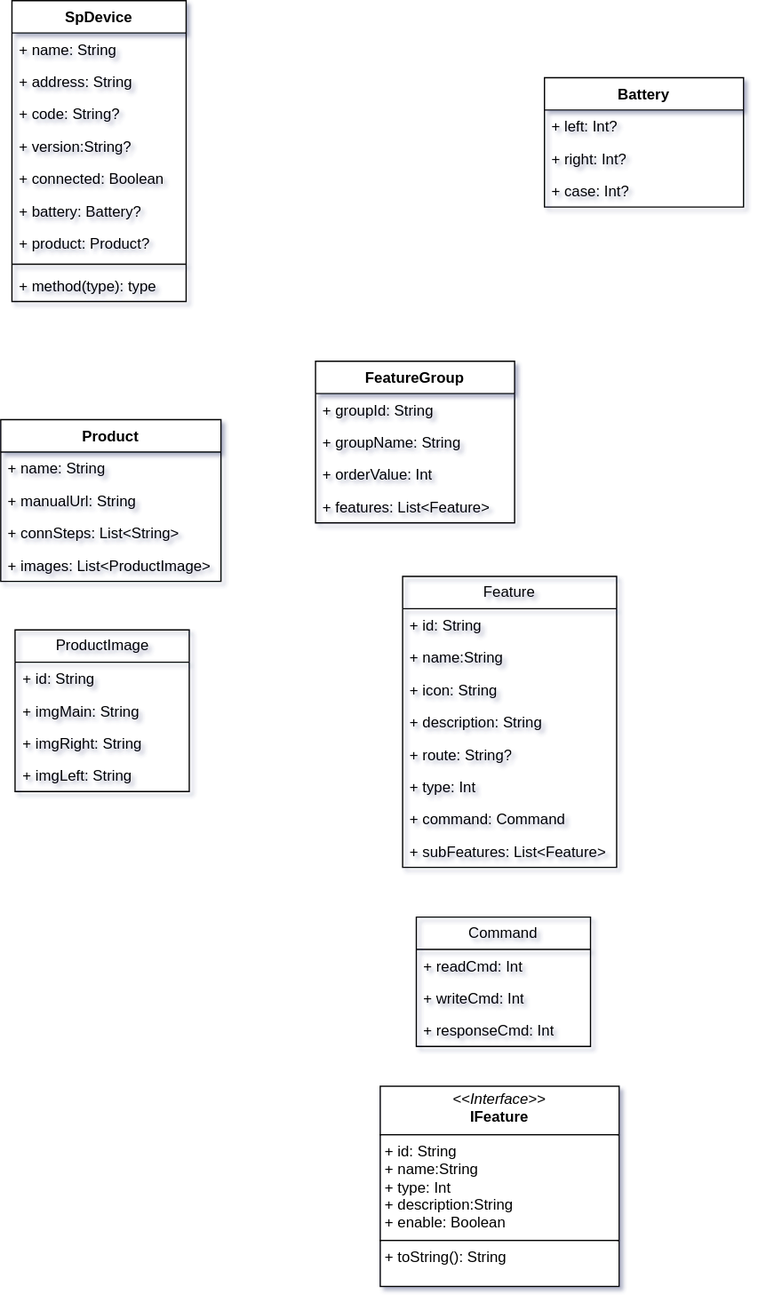
kekemao00/draw-libs keeps this draw.io diagram as 未命名绘图.drawio.svg. Above is the earlier version. Source tidied: cells renumbered, new cells last; positions are measured from the earlier drawing's top-left corner, leaving out a move shared by most shapes.
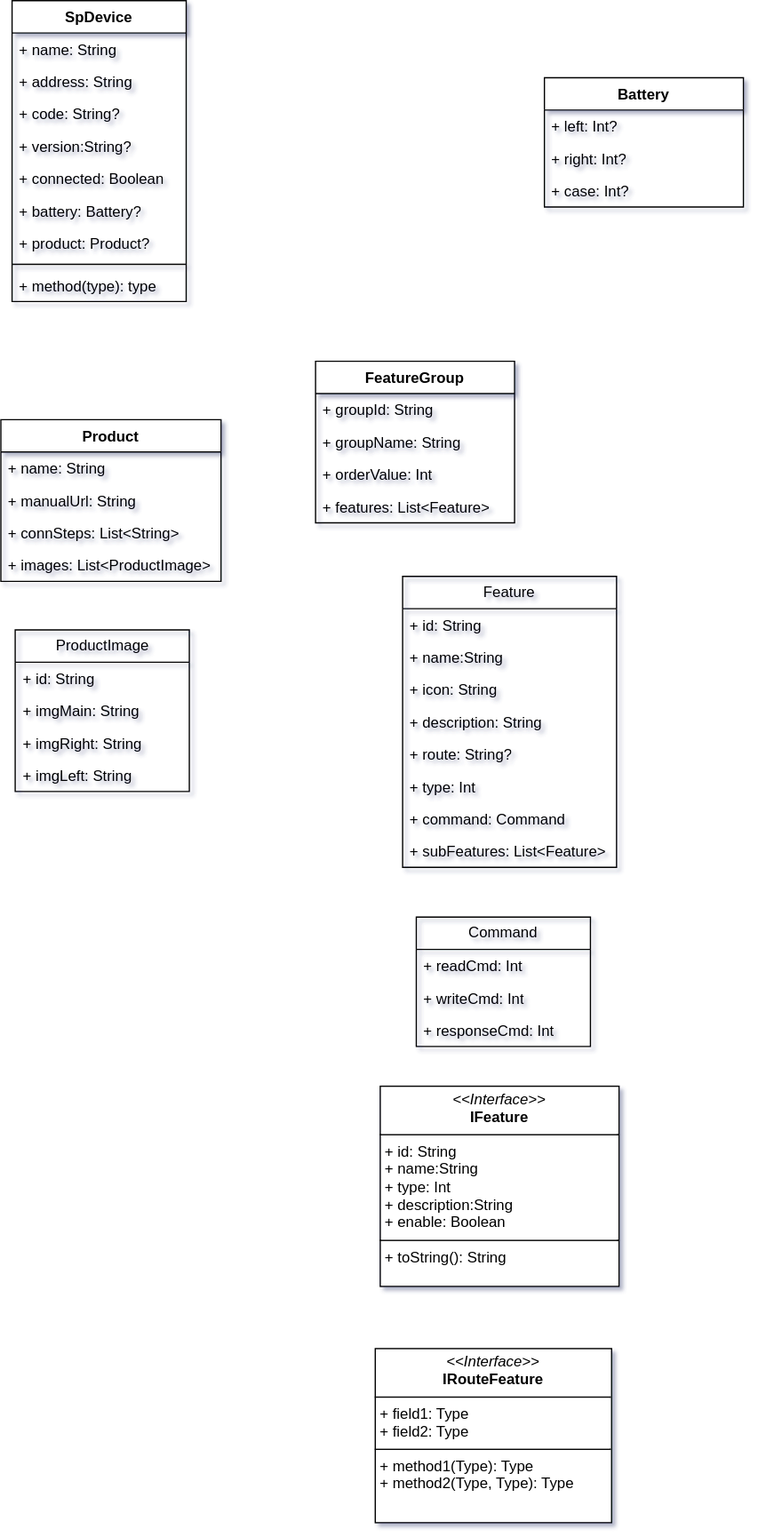
After the change.

Commit message:
更新未命名绘图.drawio.svg

What changed in the source:
```diff
@@ -131,5 +131,8 @@
     <mxCell id="44" value="&lt;p style=&quot;margin:0px;margin-top:4px;text-align:center;&quot;&gt;&lt;i&gt;&amp;lt;&amp;lt;Interface&amp;gt;&amp;gt;&lt;/i&gt;&lt;br&gt;&lt;b&gt;IFeature&lt;/b&gt;&lt;/p&gt;&lt;hr size=&quot;1&quot; style=&quot;border-style:solid;&quot;&gt;&lt;p style=&quot;margin:0px;margin-left:4px;&quot;&gt;+ id: String&lt;br&gt;+ name:String&lt;br&gt;+ type: Int&lt;br&gt;+ description:String&lt;br&gt;+&amp;nbsp;enable: Boolean&lt;/p&gt;&lt;hr size=&quot;1&quot; style=&quot;border-style:solid;&quot;&gt;&lt;p style=&quot;margin:0px;margin-left:4px;&quot;&gt;+ toString(): String&lt;br&gt;&lt;/p&gt;" style="verticalAlign=top;align=left;overflow=fill;html=1;whiteSpace=wrap;" parent="1" vertex="1">
       <mxGeometry x="305" y="873" width="192" height="161" as="geometry" />
     </mxCell>
+    <mxCell id="45" value="&lt;p style=&quot;margin:0px;margin-top:4px;text-align:center;&quot;&gt;&lt;i&gt;&amp;lt;&amp;lt;Interface&amp;gt;&amp;gt;&lt;/i&gt;&lt;br&gt;&lt;b&gt;IRouteFeature&lt;/b&gt;&lt;/p&gt;&lt;hr size=&quot;1&quot; style=&quot;border-style:solid;&quot;&gt;&lt;p style=&quot;margin:0px;margin-left:4px;&quot;&gt;+ field1: Type&lt;br&gt;+ field2: Type&lt;/p&gt;&lt;hr size=&quot;1&quot; style=&quot;border-style:solid;&quot;&gt;&lt;p style=&quot;margin:0px;margin-left:4px;&quot;&gt;+ method1(Type): Type&lt;br&gt;+ method2(Type, Type): Type&lt;/p&gt;" style="verticalAlign=top;align=left;overflow=fill;html=1;whiteSpace=wrap;" parent="1" vertex="1">
+      <mxGeometry x="301" y="1084" width="190" height="140" as="geometry" />
+    </mxCell>
   </root>
 </mxGraphModel>
```
